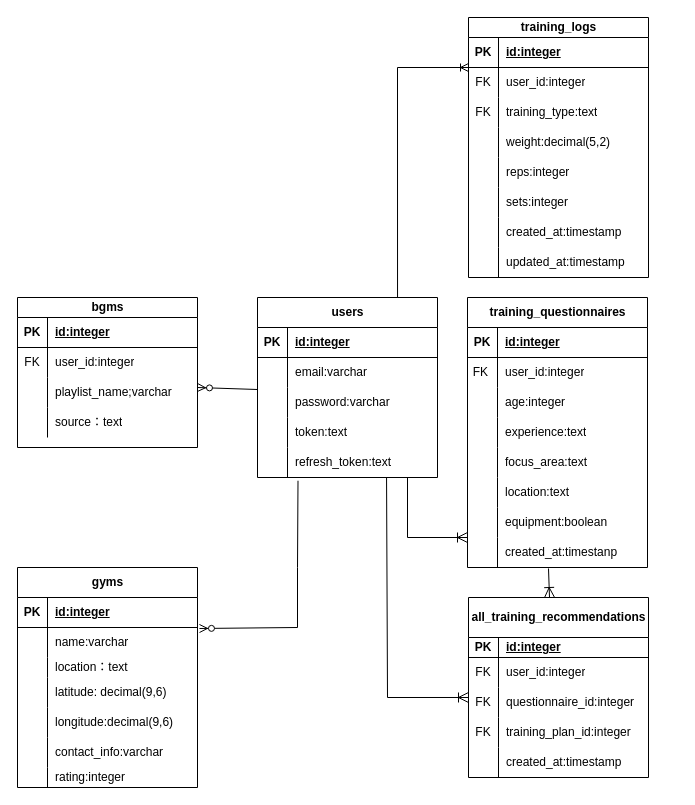
yoshihiro1019/FitAIPlanner keeps this draw.io diagram as 名称未設定ファイル.drawio. Above is the earlier version. Source tidied: cells renumbered, new cells numbered last; positions are measured from the earlier drawing's top-left corner, leaving out a move shared by most shapes. Both pictures are drawn from the tidied source at 100%, with x=0, y=0 at pixel (17, 17).
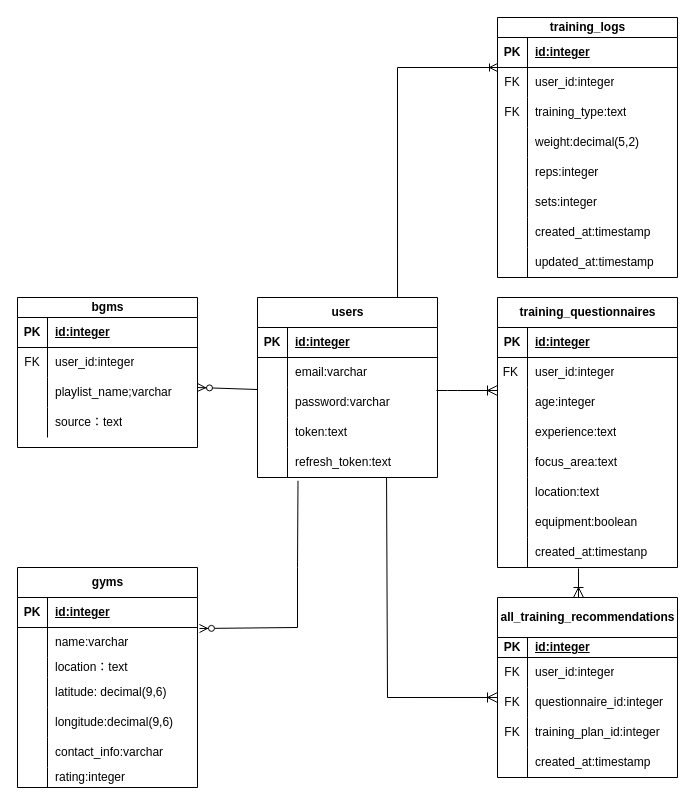
The same diagram, later.

Commit message:
名称未設定ファイル.drawio を更新します

The change refers to these unchanged cells:
```xml
<mxCell id="47" style="shape=tableRow;horizontal=0;startSize=0;swimlaneHead=0;swimlaneBody=0;fillColor=none;points=[[0,0.5],[1,0.5]];portConstraint=eastwest;top=0;left=0;right=0;bottom=0;" parent="40" vertex="1">
  <mxGeometry y="90" width="180" height="30" as="geometry" />
</mxCell>
<mxCell id="62" style="shape=tableRow;horizontal=0;startSize=0;swimlaneHead=0;swimlaneBody=0;fillColor=none;points=[[0,0.5,0,0,0],[1,0.5,0,0,0]];portConstraint=eastwest;top=0;left=0;right=0;bottom=0;" parent="40" vertex="1">
  <mxGeometry y="240" width="180" height="30" as="geometry" />
</mxCell>
<mxCell id="88" style="shape=tableRow;horizontal=0;startSize=0;swimlaneHead=0;swimlaneBody=0;fillColor=none;points=[[0,0.5],[1,0.5]];portConstraint=eastwest;top=0;left=0;right=0;bottom=0;" parent="81" vertex="1">
  <mxGeometry y="90" width="180" height="30" as="geometry" />
</mxCell>
```

What changed in the source:
```diff
@@
     <mxCell id="40" value="training_questionnaires" style="shape=table;startSize=30;childLayout=tableLayout;rowLines=0;fontStyle=1;align=center;html=1;" parent="1" vertex="1">
-      <mxGeometry x="450" y="280" width="180" height="270" as="geometry" />
+      <mxGeometry x="480" y="280" width="180" height="270" as="geometry" />
     </mxCell>
@@
     <mxCell id="65" value="all_training_recommendations" style="shape=table;startSize=40;childLayout=tableLayout;rowLines=0;fontStyle=1;align=center;html=1;" parent="1" vertex="1">
-      <mxGeometry x="451" y="580" width="180" height="180" as="geometry" />
+      <mxGeometry x="480" y="580" width="180" height="180" as="geometry" />
     </mxCell>
@@
-    <mxCell id="98" style="fontSize=12;html=1;endArrow=ERoneToMany;rounded=0;startSize=8;endSize=8;entryX=0;entryY=0;entryDx=0;entryDy=0;entryPerimeter=0;" parent="1" edge="1" target="62">
+    <mxCell id="98" style="fontSize=12;html=1;endArrow=ERoneToMany;rounded=0;startSize=8;endSize=8;entryX=0;entryY=0.1;entryDx=0;entryDy=0;entryPerimeter=0;exitX=0.994;exitY=0.1;exitDx=0;exitDy=0;exitPerimeter=0;" parent="1" edge="1" source="88" target="47">
       <mxGeometry relative="1" as="geometry">
-        <mxPoint x="390" y="460" as="sourcePoint" />
         <Array as="points">
-          <mxPoint x="390" y="520" />
+          <mxPoint x="430" y="373" />
+          <mxPoint x="440" y="373" />
         </Array>
       </mxGeometry>
     </mxCell>
@@
     <mxCell id="100" value="training_logs" style="shape=table;startSize=20;childLayout=tableLayout;rowLines=0;fontStyle=1;align=center;html=1;" parent="1" vertex="1">
-      <mxGeometry x="451" width="180" height="260" as="geometry" />
+      <mxGeometry x="480" width="180" height="260" as="geometry" />
     </mxCell>
```
